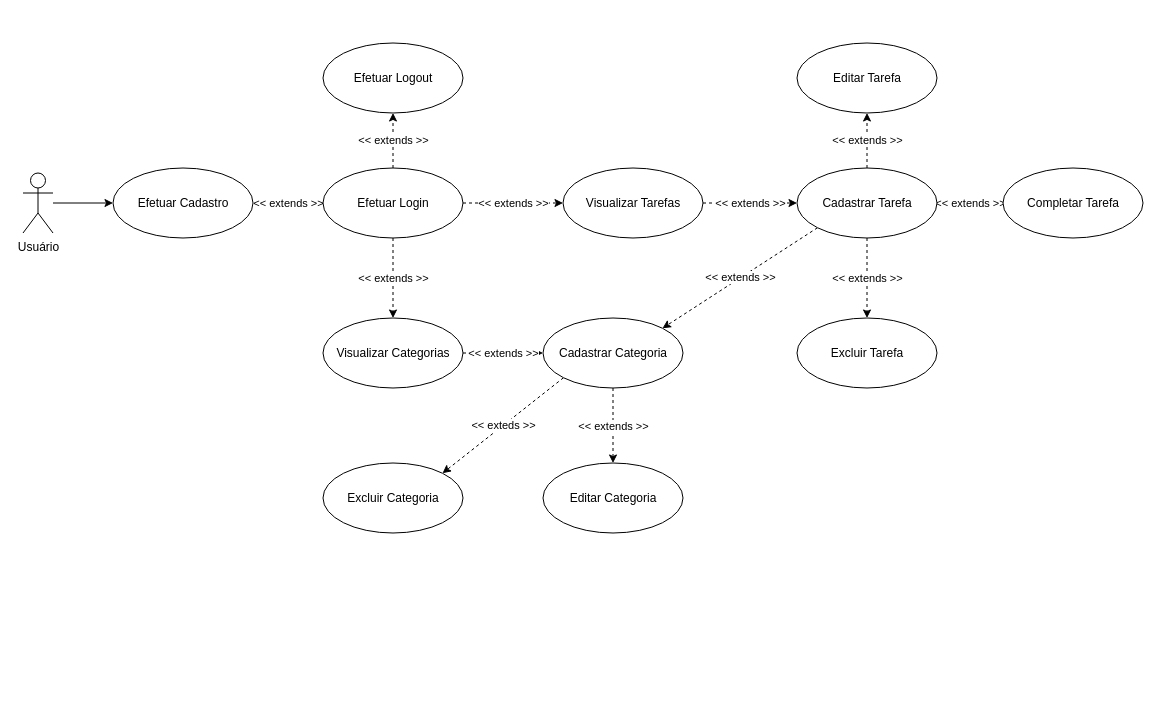
Before: Diagramas/Arquivos Fonte/Caso De Uso.drawio in cedric-matheus/projeto-to-do-list, a draw.io diagram. Source tidied: cells renumbered, new cells numbered last; positions are measured from the earlier drawing's top-left corner, leaving out a move shared by most shapes. Both pictures are drawn from the tidied source at 100%, with x=0, y=0 at pixel (23, 42).
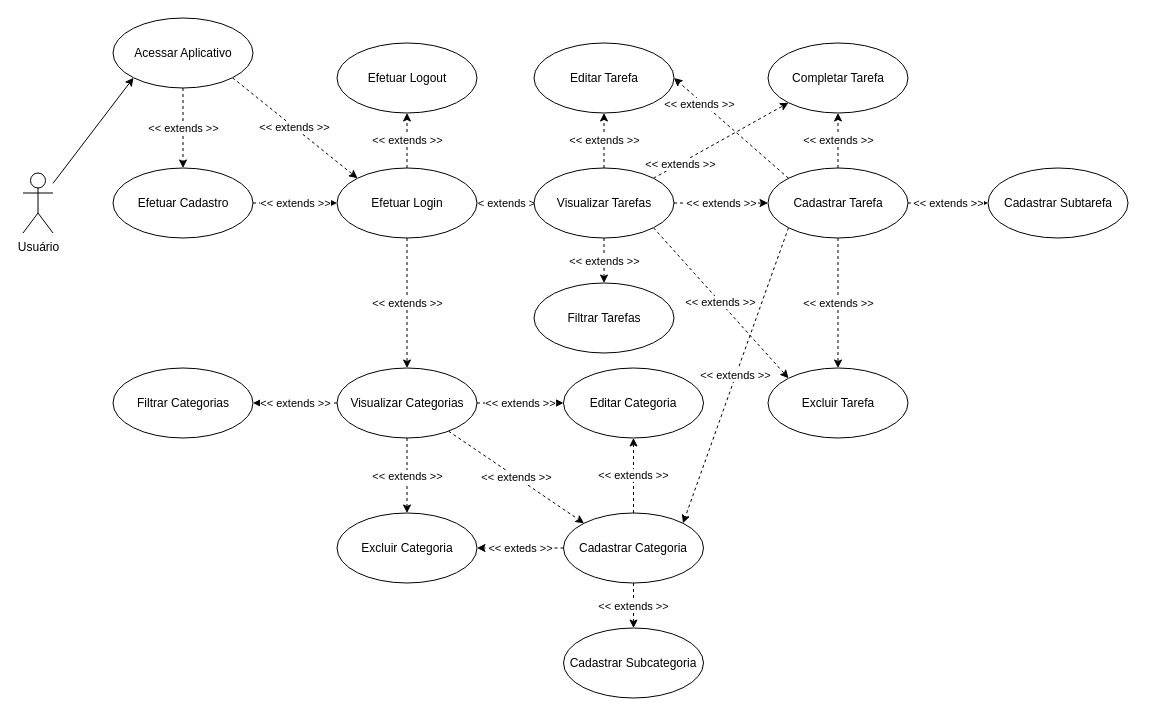
After the change.

Commit message (it also covers changes not shown here):
Criando documento de Modelagem de Funcionalidades e corrigindo diagrama de Caso de Uso

The change refers to these unchanged cells:
```xml
<mxCell id="3" value="Usuário" style="shape=umlActor;verticalLabelPosition=bottom;labelBackgroundColor=#ffffff;verticalAlign=top;html=1;outlineConnect=0;" parent="1" vertex="1">
  <mxGeometry x="-0.5" y="130.5" width="30" height="60" as="geometry" />
</mxCell>
<mxCell id="5" value="Efetuar Cadastro&lt;br&gt;" style="ellipse;whiteSpace=wrap;html=1;" parent="1" vertex="1">
  <mxGeometry x="89.5" y="125.5" width="140" height="70" as="geometry" />
</mxCell>
```

Diff of the diagram source:
```diff
@@
-    <mxCell id="2" style="edgeStyle=orthogonalEdgeStyle;rounded=0;jettySize=auto;html=1;" parent="1" edge="1" source="3" target="5">
+    <mxCell id="2" style="rounded=0;jettySize=auto;html=1;entryX=0;entryY=1;entryDx=0;entryDy=0;" parent="1" edge="1" source="3" target="30">
       <mxGeometry relative="1" as="geometry" />
     </mxCell>
@@
+    <mxCell id="28" value="&amp;lt;&amp;lt; extends &amp;gt;&amp;gt;" style="edgeStyle=none;rounded=0;jettySize=auto;html=1;dashed=1;" parent="1" edge="1" source="30" target="5">
+      <mxGeometry relative="1" as="geometry" />
+    </mxCell>
@@
+    <mxCell id="29" value="&amp;lt;&amp;lt; extends &amp;gt;&amp;gt;" style="edgeStyle=none;rounded=0;jettySize=auto;html=1;exitX=1;exitY=1;exitDx=0;exitDy=0;entryX=0;entryY=0;entryDx=0;entryDy=0;dashed=1;" parent="1" edge="1" source="30" target="9">
+      <mxGeometry relative="1" as="geometry" />
+    </mxCell>
+    <mxCell id="30" value="Acessar Aplicativo" style="ellipse;whiteSpace=wrap;html=1;" parent="1" vertex="1">
+      <mxGeometry x="89.5" y="-24.5" width="140" height="70" as="geometry" />
+    </mxCell>
@@
     <mxCell id="9" value="Efetuar Login&lt;br&gt;" style="ellipse;whiteSpace=wrap;html=1;" parent="1" vertex="1">
-      <mxGeometry x="299.5" y="125.5" width="140" height="70" as="geometry" />
+      <mxGeometry x="313.5" y="125.5" width="140" height="70" as="geometry" />
     </mxCell>
-    <mxCell id="10" value="&amp;lt;&amp;lt; extends &amp;gt;&amp;gt;" style="edgeStyle=orthogonalEdgeStyle;rounded=0;jettySize=auto;html=1;dashed=1;" parent="1" edge="1" source="11" target="16">
+    <mxCell id="10" value="&amp;lt;&amp;lt; extends &amp;gt;&amp;gt;" style="rounded=0;jettySize=auto;html=1;dashed=1;entryX=0;entryY=0;entryDx=0;entryDy=0;" parent="1" edge="1" source="11" target="16">
       <mxGeometry relative="1" as="geometry" />
     </mxCell>
+    <mxCell id="31" value="&amp;lt;&amp;lt; extends &amp;gt;&amp;gt;" style="edgeStyle=none;rounded=0;jettySize=auto;html=1;exitX=1;exitY=0.5;exitDx=0;exitDy=0;entryX=0;entryY=0.5;entryDx=0;entryDy=0;dashed=1;" parent="1" edge="1" source="11" target="13">
+      <mxGeometry relative="1" as="geometry" />
+    </mxCell>
+    <mxCell id="32" value="&amp;lt;&amp;lt; extends &amp;gt;&amp;gt;" style="edgeStyle=none;rounded=0;jettySize=auto;html=1;exitX=0.5;exitY=1;exitDx=0;exitDy=0;entryX=0.5;entryY=0;entryDx=0;entryDy=0;dashed=1;" parent="1" edge="1" source="11" target="12">
+      <mxGeometry relative="1" as="geometry" />
+    </mxCell>
+    <mxCell id="33" value="&amp;lt;&amp;lt; extends &amp;gt;&amp;gt;" style="edgeStyle=none;rounded=0;jettySize=auto;html=1;dashed=1;" parent="1" edge="1" source="11" target="34">
+      <mxGeometry relative="1" as="geometry" />
+    </mxCell>
     <mxCell id="11" value="Visualizar Categorias&lt;br&gt;" style="ellipse;whiteSpace=wrap;html=1;" parent="1" vertex="1">
-      <mxGeometry x="299.5" y="275.5" width="140" height="70" as="geometry" />
+      <mxGeometry x="313.5" y="325.5" width="140" height="70" as="geometry" />
     </mxCell>
+    <mxCell id="34" value="Filtrar Categorias&lt;br&gt;" style="ellipse;whiteSpace=wrap;html=1;" parent="1" vertex="1">
+      <mxGeometry x="89.5" y="325.5" width="140" height="70" as="geometry" />
+    </mxCell>
     <mxCell id="12" value="Excluir Categoria&lt;br&gt;" style="ellipse;whiteSpace=wrap;html=1;" parent="1" vertex="1">
-      <mxGeometry x="299.5" y="420.5" width="140" height="70" as="geometry" />
+      <mxGeometry x="313.5" y="470.5" width="140" height="70" as="geometry" />
     </mxCell>
     <mxCell id="13" value="Editar Categoria&lt;br&gt;" style="ellipse;whiteSpace=wrap;html=1;" parent="1" vertex="1">
-      <mxGeometry x="519.5" y="420.5" width="140" height="70" as="geometry" />
+      <mxGeometry x="540" y="325.5" width="140" height="70" as="geometry" />
     </mxCell>
@@
-    <mxCell id="15" value="&amp;lt;&amp;lt; exteds &amp;gt;&amp;gt;" style="edgeStyle=none;rounded=0;jettySize=auto;html=1;exitX=0;exitY=1;exitDx=0;exitDy=0;entryX=1;entryY=0;entryDx=0;entryDy=0;dashed=1;" parent="1" edge="1" source="16" target="12">
+    <mxCell id="15" value="&amp;lt;&amp;lt; exteds &amp;gt;&amp;gt;" style="edgeStyle=none;rounded=0;jettySize=auto;html=1;exitX=0;exitY=0.5;exitDx=0;exitDy=0;entryX=1;entryY=0.5;entryDx=0;entryDy=0;dashed=1;" parent="1" edge="1" source="16" target="12">
       <mxGeometry relative="1" as="geometry" />
     </mxCell>
+    <mxCell id="35" value="&amp;lt;&amp;lt; extends &amp;gt;&amp;gt;" style="edgeStyle=none;rounded=0;jettySize=auto;html=1;dashed=1;" parent="1" edge="1" source="16" target="36">
+      <mxGeometry relative="1" as="geometry" />
+    </mxCell>
     <mxCell id="16" value="Cadastrar Categoria" style="ellipse;whiteSpace=wrap;html=1;" parent="1" vertex="1">
-      <mxGeometry x="519.5" y="275.5" width="140" height="70" as="geometry" />
+      <mxGeometry x="540" y="470.5" width="140" height="70" as="geometry" />
     </mxCell>
+    <mxCell id="36" value="Cadastrar Subcategoria" style="ellipse;whiteSpace=wrap;html=1;" parent="1" vertex="1">
+      <mxGeometry x="540" y="585.5" width="140" height="70" as="geometry" />
+    </mxCell>
     <mxCell id="17" value="Efetuar Logout&lt;br&gt;" style="ellipse;whiteSpace=wrap;html=1;" parent="1" vertex="1">
-      <mxGeometry x="299.5" y="0.5" width="140" height="70" as="geometry" />
+      <mxGeometry x="313.5" y="0.5" width="140" height="70" as="geometry" />
     </mxCell>
-    <mxCell id="18" value="&amp;lt;&amp;lt; extends &amp;gt;&amp;gt;" style="edgeStyle=orthogonalEdgeStyle;rounded=0;jettySize=auto;html=1;dashed=1;" parent="1" edge="1" source="22" target="25">
-      <mxGeometry relative="1" as="geometry" />
-    </mxCell>
@@
+    <mxCell id="21" value="&amp;lt;&amp;lt; extends &amp;gt;&amp;gt;" style="rounded=0;jettySize=auto;html=1;exitX=0;exitY=1;exitDx=0;exitDy=0;entryX=1;entryY=0;entryDx=0;entryDy=0;dashed=1;" parent="1" edge="1" source="22" target="16">
+      <mxGeometry relative="1" as="geometry" />
+    </mxCell>
-    <mxCell id="20" value="&amp;lt;&amp;lt; extends &amp;gt;&amp;gt;" style="edgeStyle=orthogonalEdgeStyle;rounded=0;jettySize=auto;html=1;dashed=1;" parent="1" edge="1" source="22" target="24">
+    <mxCell id="20" value="&amp;lt;&amp;lt; extends &amp;gt;&amp;gt;" style="edgeStyle=none;rounded=0;jettySize=auto;html=1;dashed=1;" parent="1" edge="1" source="22" target="24">
       <mxGeometry relative="1" as="geometry" />
     </mxCell>
-    <mxCell id="21" value="&amp;lt;&amp;lt; extends &amp;gt;&amp;gt;" style="rounded=0;jettySize=auto;html=1;exitX=0;exitY=1;exitDx=0;exitDy=0;entryX=1;entryY=0;entryDx=0;entryDy=0;dashed=1;" parent="1" edge="1" source="22" target="16">
-      <mxGeometry relative="1" as="geometry" />
-    </mxCell>
+    <mxCell id="37" value="&amp;lt;&amp;lt; extends &amp;gt;&amp;gt;" style="edgeStyle=none;rounded=0;jettySize=auto;html=1;dashed=1;" parent="1" edge="1" source="22" target="38">
+      <mxGeometry relative="1" as="geometry" />
+    </mxCell>
     <mxCell id="22" value="Cadastrar Tarefa&lt;br&gt;" style="ellipse;whiteSpace=wrap;html=1;" parent="1" vertex="1">
-      <mxGeometry x="773.5" y="125.5" width="140" height="70" as="geometry" />
+      <mxGeometry x="744.5" y="125.5" width="140" height="70" as="geometry" />
     </mxCell>
+    <mxCell id="38" value="Cadastrar Subtarefa&lt;br&gt;" style="ellipse;whiteSpace=wrap;html=1;" parent="1" vertex="1">
+      <mxGeometry x="964.5" y="125.5" width="140" height="70" as="geometry" />
+    </mxCell>
     <mxCell id="23" value="Excluir Tarefa&lt;br&gt;" style="ellipse;whiteSpace=wrap;html=1;" parent="1" vertex="1">
-      <mxGeometry x="773.5" y="275.5" width="140" height="70" as="geometry" />
+      <mxGeometry x="744.5" y="325.5" width="140" height="70" as="geometry" />
     </mxCell>
     <mxCell id="24" value="Completar Tarefa&lt;br&gt;" style="ellipse;whiteSpace=wrap;html=1;" parent="1" vertex="1">
-      <mxGeometry x="979.5" y="125.5" width="140" height="70" as="geometry" />
+      <mxGeometry x="744.5" y="0.5" width="140" height="70" as="geometry" />
     </mxCell>
     <mxCell id="25" value="Editar Tarefa&lt;br&gt;" style="ellipse;whiteSpace=wrap;html=1;" parent="1" vertex="1">
-      <mxGeometry x="773.5" y="0.5" width="140" height="70" as="geometry" />
+      <mxGeometry x="510.5" y="0.5" width="140" height="70" as="geometry" />
     </mxCell>
@@
+    <mxCell id="39" value="&amp;lt;&amp;lt; extends &amp;gt;&amp;gt;" style="edgeStyle=none;rounded=0;jettySize=auto;html=1;exitX=1;exitY=1;exitDx=0;exitDy=0;entryX=0;entryY=0;entryDx=0;entryDy=0;dashed=1;" parent="1" edge="1" source="27" target="23">
+      <mxGeometry relative="1" as="geometry" />
+    </mxCell>
+    <mxCell id="18" value="&amp;lt;&amp;lt; extends &amp;gt;&amp;gt;" style="edgeStyle=none;rounded=0;jettySize=auto;html=1;exitX=0;exitY=0;exitDx=0;exitDy=0;entryX=1;entryY=0.5;entryDx=0;entryDy=0;dashed=1;" parent="1" edge="1" source="22" target="25">
+      <mxGeometry x="0.51" y="2" relative="1" as="geometry">
+        <mxPoint x="-1" as="offset" />
+      </mxGeometry>
+    </mxCell>
+    <mxCell id="40" value="&amp;lt;&amp;lt; extends &amp;gt;&amp;gt;" style="edgeStyle=none;rounded=0;jettySize=auto;html=1;dashed=1;" parent="1" edge="1" source="27" target="25">
+      <mxGeometry relative="1" as="geometry" />
+    </mxCell>
+    <mxCell id="41" value="&amp;lt;&amp;lt; extends &amp;gt;&amp;gt;" style="edgeStyle=none;rounded=0;jettySize=auto;html=1;exitX=1;exitY=0;exitDx=0;exitDy=0;entryX=0;entryY=1;entryDx=0;entryDy=0;dashed=1;" parent="1" edge="1" source="27" target="24">
+      <mxGeometry x="-0.61" y="-1" relative="1" as="geometry" />
+    </mxCell>
+    <mxCell id="42" value="&amp;lt;&amp;lt; extends &amp;gt;&amp;gt;" style="edgeStyle=none;rounded=0;jettySize=auto;html=1;dashed=1;" parent="1" edge="1" source="27" target="43">
+      <mxGeometry relative="1" as="geometry" />
+    </mxCell>
     <mxCell id="27" value="Visualizar Tarefas" style="ellipse;whiteSpace=wrap;html=1;" parent="1" vertex="1">
-      <mxGeometry x="539.5" y="125.5" width="140" height="70" as="geometry" />
+      <mxGeometry x="510.5" y="125.5" width="140" height="70" as="geometry" />
     </mxCell>
+    <mxCell id="43" value="Filtrar Tarefas" style="ellipse;whiteSpace=wrap;html=1;" parent="1" vertex="1">
+      <mxGeometry x="510.5" y="240.5" width="140" height="70" as="geometry" />
+    </mxCell>
```
